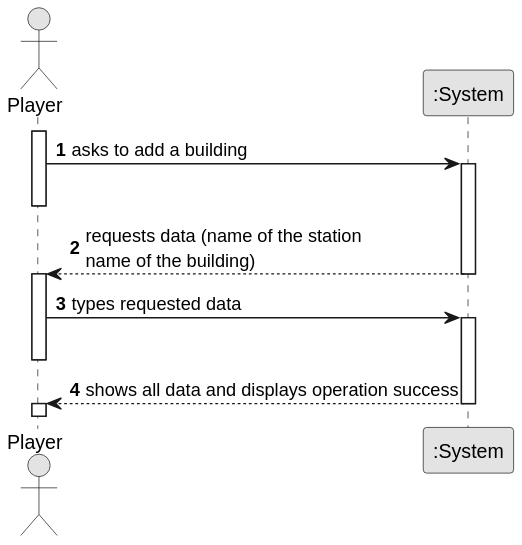
Earlier version of the PlantUML export docs/sprint1/us006/01.requirements-engineering/svg/us006-system-sequence-diagram.svg (ivasduarte/all-aboard). Its diagram source:
```plantuml
@startuml
skinparam monochrome true
skinparam packageStyle rectangle
skinparam shadowing false

autonumber

actor "Player" as Player
participant ":System" as System

activate Player

    Player -> System : asks to add a building
    activate System
    deactivate Player

    System --> Player : requests data (name of the station\nname of the building)
    deactivate System
    activate Player

    Player -> System : types requested data
    activate System
    deactivate Player

    System --> Player : shows all data and displays operation success
    deactivate System
    activate Player
@enduml
```
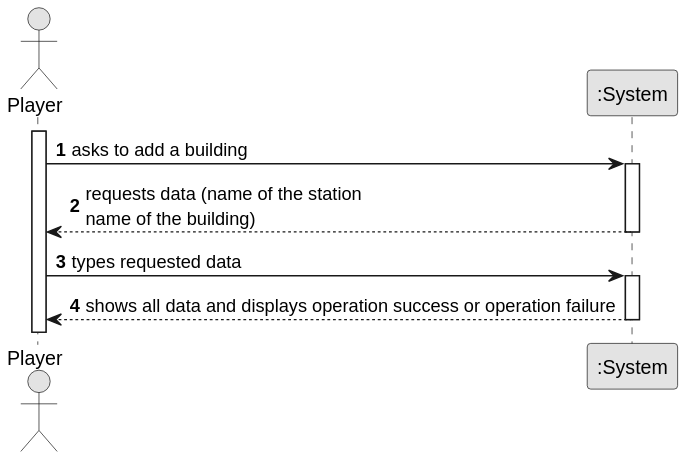
Later version of the same file.

What changed in the source:
```diff
@@ -12,17 +12,13 @@
 
     Player -> System : asks to add a building
     activate System
-    deactivate Player
 
     System --> Player : requests data (name of the station\nname of the building)
     deactivate System
-    activate Player
 
     Player -> System : types requested data
     activate System
-    deactivate Player
 
-    System --> Player : shows all data and displays operation success
+    System --> Player : shows all data and displays operation success or operation failure
     deactivate System
-    activate Player
 @enduml
```
